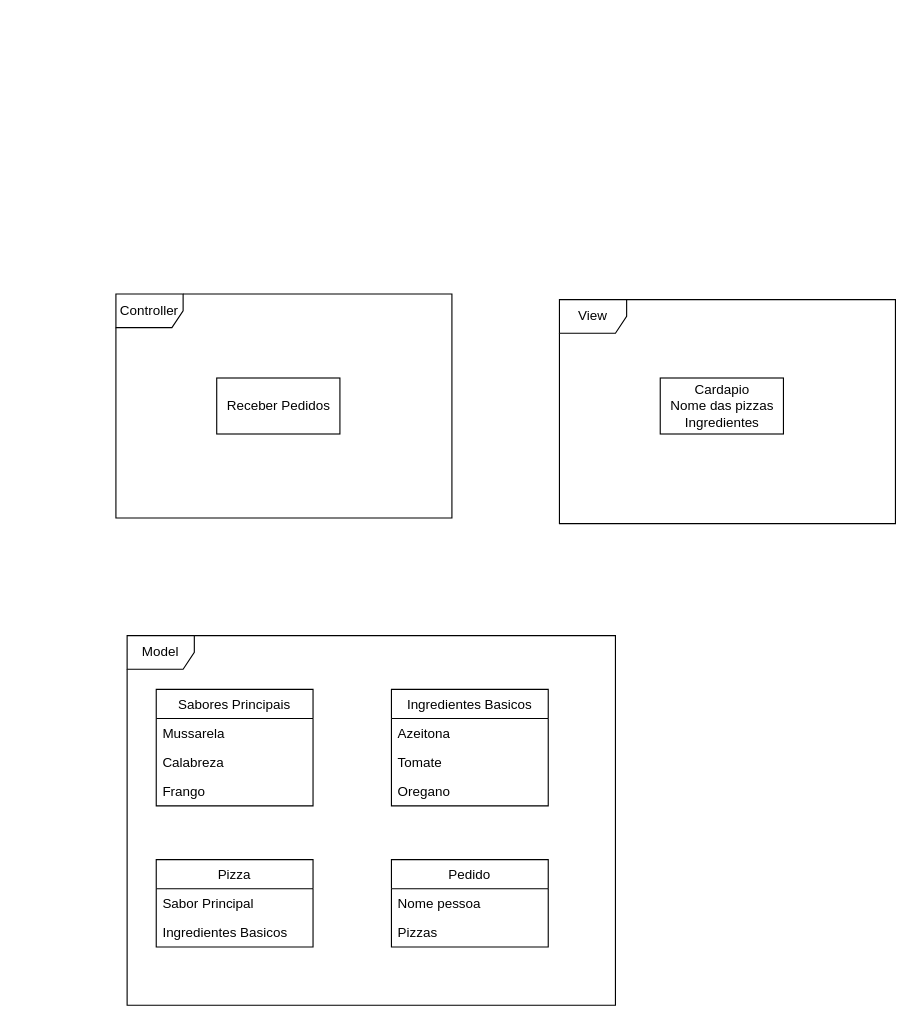
This is prova_31-05.drawio from MatheusSantosDev/diagramas-UML, a draw.io file, before an edit. Source tidied: cells renumbered, new cells numbered last; positions are measured from the earlier drawing's top-left corner, leaving out a move shared by most shapes. Both pictures are drawn from the tidied source at 112%, with x=0, y=0 at pixel (115, 293).
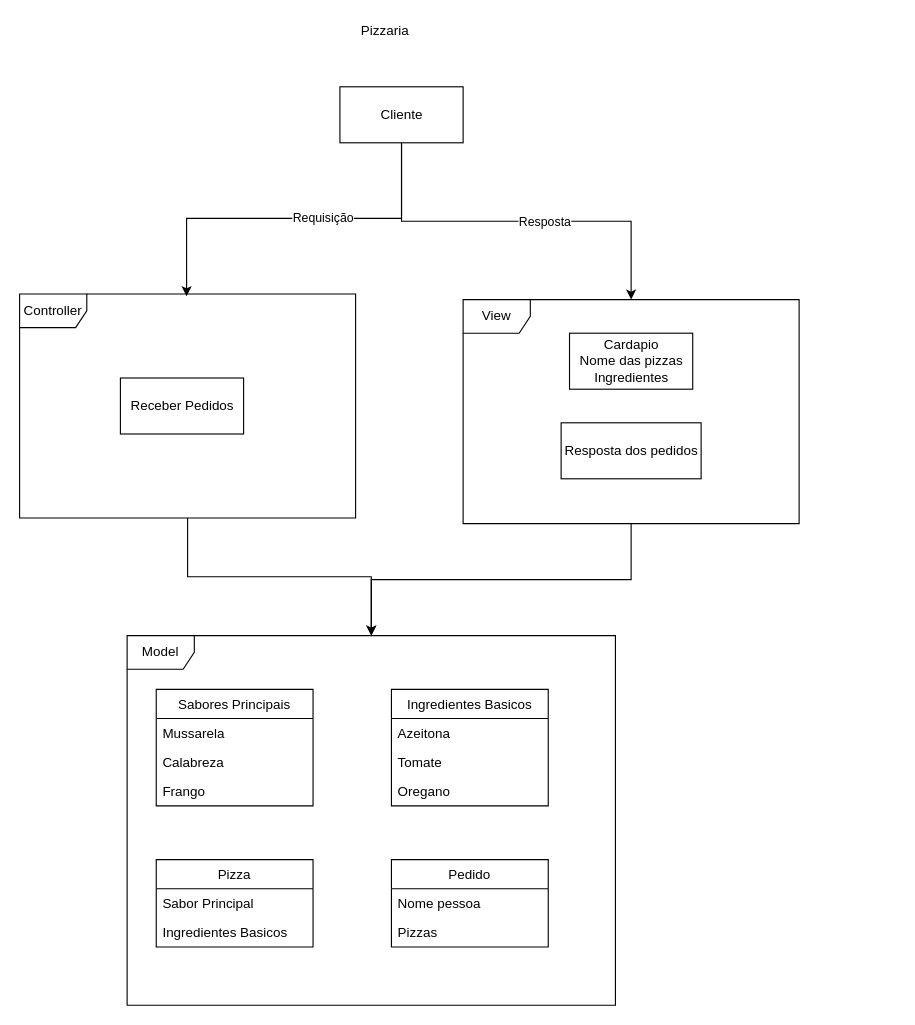
The same page after the edit.

Unchanged cells that the change refers to:
```xml
<mxCell id="6" value="Model" style="shape=umlFrame;whiteSpace=wrap;html=1;" parent="1" vertex="1">
  <mxGeometry x="10" y="305" width="436" height="330" as="geometry" />
</mxCell>
```

What changed in the source:
```diff
@@
+    <mxCell id="21" style="edgeStyle=orthogonalEdgeStyle;rounded=0;jettySize=auto;html=1;" parent="1" edge="1" source="2" target="6">
+      <mxGeometry relative="1" as="geometry" />
+    </mxCell>
     <mxCell id="2" value="View" style="shape=umlFrame;whiteSpace=wrap;html=1;" parent="1" vertex="1">
-      <mxGeometry x="396" y="5" width="300" height="200" as="geometry" />
+      <mxGeometry x="310" y="5" width="300" height="200" as="geometry" />
     </mxCell>
     <mxCell id="3" value="Cardapio&lt;br&gt;Nome das pizzas&lt;br&gt;Ingredientes&lt;br&gt;" style="html=1;" parent="1" vertex="1">
-      <mxGeometry x="486" y="75" width="110" height="50" as="geometry" />
+      <mxGeometry x="405" y="35" width="110" height="50" as="geometry" />
     </mxCell>
+    <mxCell id="22" style="edgeStyle=orthogonalEdgeStyle;rounded=0;jettySize=auto;html=1;" parent="1" edge="1" source="4" target="6">
+      <mxGeometry relative="1" as="geometry" />
+    </mxCell>
     <mxCell id="4" value="Controller" style="shape=umlFrame;whiteSpace=wrap;html=1;" parent="1" vertex="1">
-      <mxGeometry width="300" height="200" as="geometry" />
+      <mxGeometry x="-86" width="300" height="200" as="geometry" />
     </mxCell>
     <mxCell id="5" value="Receber Pedidos&lt;br&gt;" style="html=1;" parent="1" vertex="1">
-      <mxGeometry x="90" y="75" width="110" height="50" as="geometry" />
+      <mxGeometry x="4" y="75" width="110" height="50" as="geometry" />
     </mxCell>
@@
+    <mxCell id="23" style="edgeStyle=orthogonalEdgeStyle;rounded=0;jettySize=auto;html=1;exitX=0.5;exitY=1;exitDx=0;exitDy=0;" parent="1" edge="1" source="27" target="2">
+      <mxGeometry relative="1" as="geometry" />
+    </mxCell>
+    <mxCell id="24" value="Resposta" style="edgeLabel;html=1;align=center;verticalAlign=middle;" parent="23" vertex="1">
+      <mxGeometry x="0.14" relative="1" as="geometry" />
+    </mxCell>
+    <mxCell id="25" style="edgeStyle=orthogonalEdgeStyle;rounded=0;jettySize=auto;html=1;exitX=0.5;exitY=1;exitDx=0;exitDy=0;entryX=0.497;entryY=0.01;entryDx=0;entryDy=0;entryPerimeter=0;" parent="1" edge="1" source="27" target="4">
+      <mxGeometry relative="1" as="geometry" />
+    </mxCell>
+    <mxCell id="26" value="Requisição" style="edgeLabel;html=1;align=center;verticalAlign=middle;" parent="25" vertex="1">
+      <mxGeometry x="-0.16" y="-2" relative="1" as="geometry">
+        <mxPoint y="1" as="offset" />
+      </mxGeometry>
+    </mxCell>
+    <mxCell id="27" value="Cliente" style="html=1;" parent="1" vertex="1">
+      <mxGeometry x="200" y="-185" width="110" height="50" as="geometry" />
+    </mxCell>
+    <mxCell id="28" value="Resposta dos pedidos&lt;br&gt;" style="html=1;" parent="1" vertex="1">
+      <mxGeometry x="397.5" y="115" width="125" height="50" as="geometry" />
+    </mxCell>
+    <mxCell id="29" value="Pizzaria" style="text;html=1;align=center;verticalAlign=middle;strokeColor=none;" parent="1" vertex="1">
+      <mxGeometry x="210" y="-245" width="60" height="20" as="geometry" />
+    </mxCell>
```
